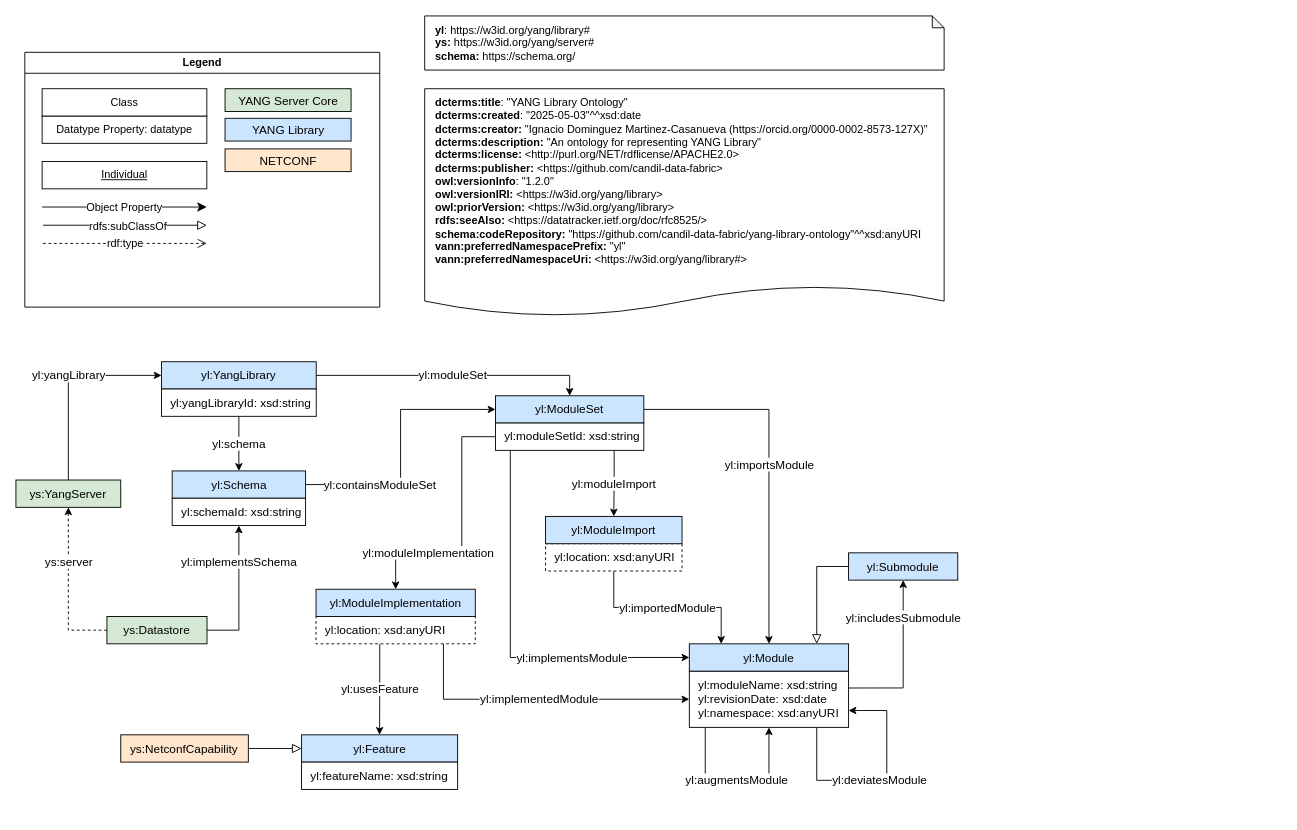
candil-data-fabric/yang-library-ontology keeps this draw.io diagram as page "1.2.0" (1 of 3) of diagrams/yang-library-figures.drawio. Above is the earlier version. Source tidied: cells renumbered, new cells numbered last; positions are measured from the earlier drawing's top-left corner, leaving out a move shared by most shapes. Both pictures are drawn from the tidied source at 91%, with x=0, y=0 at pixel (15, 15).
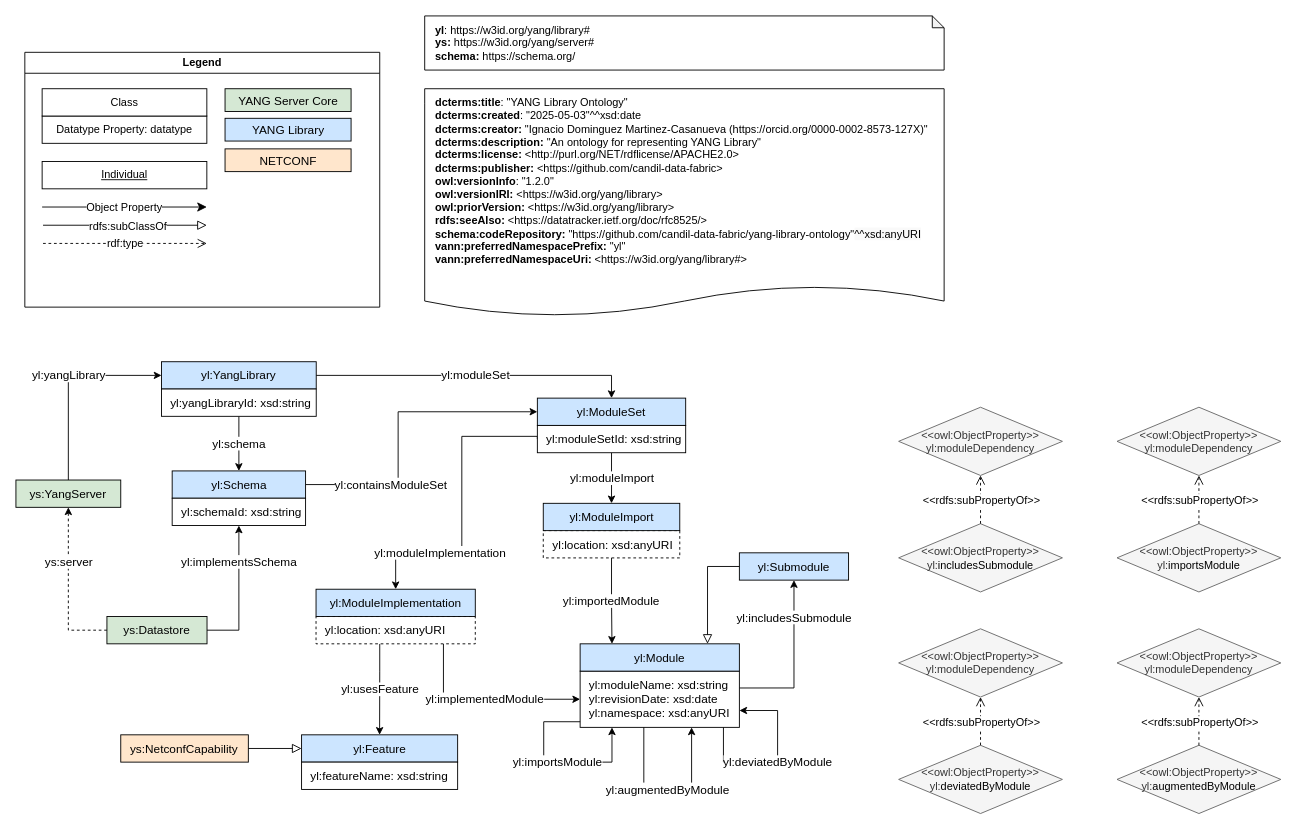
After the change.

Unchanged cells that the change refers to:
```xml
<mxCell id="13" value="yl:Schema" style="rounded=0;whiteSpace=wrap;html=1;snapToPoint=1;points=[[0.1,0],[0.2,0],[0.3,0],[0.4,0],[0.5,0],[0.6,0],[0.7,0],[0.8,0],[0.9,0],[0,0.1],[0,0.3],[0,0.5],[0,0.7],[0,0.9],[0.1,1],[0.2,1],[0.3,1],[0.4,1],[0.5,1],[0.6,1],[0.7,1],[0.8,1],[0.9,1],[1,0.1],[1,0.3],[1,0.5],[1,0.7],[1,0.9]];fillColor=#CCE5FF;strokeColor=#000000;fontSize=13;align=center;verticalAlign=middle;fontFamily=Helvetica;fontColor=default;" parent="1" vertex="1">
  <mxGeometry x="171.7" y="500" width="146.6" height="30" as="geometry" />
</mxCell>
<mxCell id="25" value="yl:Feature" style="rounded=0;whiteSpace=wrap;html=1;snapToPoint=1;points=[[0.1,0],[0.2,0],[0.3,0],[0.4,0],[0.5,0],[0.6,0],[0.7,0],[0.8,0],[0.9,0],[0,0.1],[0,0.3],[0,0.5],[0,0.7],[0,0.9],[0.1,1],[0.2,1],[0.3,1],[0.4,1],[0.5,1],[0.6,1],[0.7,1],[0.8,1],[0.9,1],[1,0.1],[1,0.3],[1,0.5],[1,0.7],[1,0.9]];fillColor=#CCE5FF;strokeColor=#000000;fontSize=13;align=center;verticalAlign=middle;fontFamily=Helvetica;fontColor=default;" parent="1" vertex="1">
  <mxGeometry x="313.9" y="790" width="171.5" height="30" as="geometry" />
</mxCell>
<mxCell id="48" value="&lt;div style=&quot;font-size: 13px;&quot;&gt;&lt;span style=&quot;background-color: transparent; color: light-dark(rgb(0, 0, 0), rgb(255, 255, 255));&quot;&gt;yl:location: xsd:anyURI&lt;/span&gt;&lt;/div&gt;" style="rounded=0;whiteSpace=wrap;html=1;snapToPoint=1;points=[[0.1,0],[0.2,0],[0.3,0],[0.4,0],[0.5,0],[0.6,0],[0.7,0],[0.8,0],[0.9,0],[0,0.1],[0,0.3],[0,0.5],[0,0.7],[0,0.9],[0.1,1],[0.2,1],[0.3,1],[0.4,1],[0.5,1],[0.6,1],[0.7,1],[0.8,1],[0.9,1],[1,0.1],[1,0.3],[1,0.5],[1,0.7],[1,0.9]];align=left;spacingLeft=10;fontSize=13;strokeColor=#000000;verticalAlign=middle;spacing=0;fontFamily=Helvetica;fontColor=default;fillColor=default;dashed=1;" parent="1" vertex="1">
  <mxGeometry x="329.8" y="660" width="175" height="30" as="geometry" />
</mxCell>
```

Diff of the diagram source:
```diff
@@
-    <mxCell id="5" value="yl:implementsModule" style="edgeStyle=orthogonalEdgeStyle;rounded=0;jettySize=auto;html=1;exitX=0.1;exitY=1;exitDx=0;exitDy=0;entryX=0;entryY=0.5;entryDx=0;entryDy=0;strokeColor=default;align=center;verticalAlign=middle;fontFamily=Helvetica;fontSize=13;fontColor=default;labelBackgroundColor=default;startArrow=none;startFill=0;endArrow=classic;" parent="1" edge="1" source="20" target="17">
-      <mxGeometry x="0.39" relative="1" as="geometry" />
-    </mxCell>
@@
-    <mxCell id="7" value="yl:importsModule" style="edgeStyle=orthogonalEdgeStyle;rounded=0;jettySize=auto;html=1;exitX=1;exitY=0.5;exitDx=0;exitDy=0;entryX=0.5;entryY=0;entryDx=0;entryDy=0;strokeColor=default;align=center;verticalAlign=middle;fontFamily=Helvetica;fontSize=13;fontColor=default;labelBackgroundColor=default;startArrow=none;startFill=0;endArrow=classic;" parent="1" edge="1" source="11" target="17">
-      <mxGeometry relative="1" as="geometry" />
-    </mxCell>
@@
-    <mxCell id="9" value="yl:moduleImport" style="edgeStyle=orthogonalEdgeStyle;rounded=0;jettySize=auto;html=1;exitX=0.8;exitY=1;exitDx=0;exitDy=0;entryX=0.5;entryY=0;entryDx=0;entryDy=0;strokeColor=default;align=center;verticalAlign=middle;fontFamily=Helvetica;fontSize=13;fontColor=default;labelBackgroundColor=default;startArrow=none;startFill=0;endArrow=classic;" parent="1" edge="1" source="20" target="52">
+    <mxCell id="9" value="yl:moduleImport" style="edgeStyle=orthogonalEdgeStyle;rounded=0;jettySize=auto;html=1;exitX=0.5;exitY=1;exitDx=0;exitDy=0;entryX=0.5;entryY=0;entryDx=0;entryDy=0;strokeColor=default;align=center;verticalAlign=middle;fontFamily=Helvetica;fontSize=13;fontColor=default;labelBackgroundColor=default;startArrow=none;startFill=0;endArrow=classic;" parent="1" edge="1" source="20" target="52">
       <mxGeometry x="0.01" relative="1" as="geometry" />
     </mxCell>
@@
     <mxCell id="11" value="yl:ModuleSet" style="rounded=0;whiteSpace=wrap;html=1;snapToPoint=1;points=[[0.1,0],[0.2,0],[0.3,0],[0.4,0],[0.5,0],[0.6,0],[0.7,0],[0.8,0],[0.9,0],[0,0.1],[0,0.3],[0,0.5],[0,0.7],[0,0.9],[0.1,1],[0.2,1],[0.3,1],[0.4,1],[0.5,1],[0.6,1],[0.7,1],[0.8,1],[0.9,1],[1,0.1],[1,0.3],[1,0.5],[1,0.7],[1,0.9]];fillColor=#CCE5FF;strokeColor=#000000;fontSize=13;align=center;verticalAlign=middle;fontFamily=Helvetica;fontColor=default;" parent="1" vertex="1">
-      <mxGeometry x="527" y="417.4" width="163" height="30" as="geometry" />
+      <mxGeometry x="573" y="420" width="163" height="30" as="geometry" />
     </mxCell>
     <mxCell id="12" value="yl:containsModuleSet" style="edgeStyle=orthogonalEdgeStyle;rounded=0;jettySize=auto;html=1;exitX=1;exitY=0.5;exitDx=0;exitDy=0;entryX=0;entryY=0.5;entryDx=0;entryDy=0;strokeColor=default;align=center;verticalAlign=middle;fontFamily=Helvetica;fontSize=13;fontColor=default;labelBackgroundColor=default;startArrow=none;startFill=0;endArrow=classic;" parent="1" edge="1" source="13" target="11">
-      <mxGeometry x="-0.44" relative="1" as="geometry" />
+      <mxGeometry x="-0.44" relative="1" as="geometry">
+        <Array as="points">
+          <mxPoint x="420" y="515" />
+          <mxPoint x="420" y="435" />
+        </Array>
+      </mxGeometry>
     </mxCell>
@@
     <mxCell id="15" value="&lt;div style=&quot;font-size: 13px;&quot;&gt;yl:moduleName: xsd:string&lt;/div&gt;&lt;div style=&quot;font-size: 13px;&quot;&gt;&lt;div style=&quot;font-size: 13px;&quot;&gt;&lt;div style=&quot;font-size: 13px;&quot;&gt;yl:revisionDate: xsd:date&lt;/div&gt;&lt;div style=&quot;font-size: 13px;&quot;&gt;yl:namespace: xsd:anyURI&lt;/div&gt;&lt;/div&gt;&lt;/div&gt;" style="rounded=0;whiteSpace=wrap;html=1;snapToPoint=1;points=[[0.1,0],[0.2,0],[0.3,0],[0.4,0],[0.5,0],[0.6,0],[0.7,0],[0.8,0],[0.9,0],[0,0.1],[0,0.3],[0,0.5],[0,0.7],[0,0.9],[0.1,1],[0.2,1],[0.3,1],[0.4,1],[0.5,1],[0.6,1],[0.7,1],[0.8,1],[0.9,1],[1,0.1],[1,0.3],[1,0.5],[1,0.7],[1,0.9]];align=left;spacingLeft=10;fontSize=13;strokeColor=#000000;verticalAlign=middle;spacing=0;fontFamily=Helvetica;fontColor=default;fillColor=default;" parent="1" vertex="1">
-      <mxGeometry x="740" y="720" width="175" height="61.8" as="geometry" />
+      <mxGeometry x="620" y="720" width="175" height="61.8" as="geometry" />
     </mxCell>
     <mxCell id="16" value="yl:Submodule" style="rounded=0;whiteSpace=wrap;html=1;snapToPoint=1;points=[[0.1,0],[0.2,0],[0.3,0],[0.4,0],[0.5,0],[0.6,0],[0.7,0],[0.8,0],[0.9,0],[0,0.1],[0,0.3],[0,0.5],[0,0.7],[0,0.9],[0.1,1],[0.2,1],[0.3,1],[0.4,1],[0.5,1],[0.6,1],[0.7,1],[0.8,1],[0.9,1],[1,0.1],[1,0.3],[1,0.5],[1,0.7],[1,0.9]];fillColor=#CCE5FF;strokeColor=#000000;fontSize=13;align=center;verticalAlign=middle;fontFamily=Helvetica;fontColor=default;" parent="1" vertex="1">
-      <mxGeometry x="915" y="590" width="120" height="30" as="geometry" />
+      <mxGeometry x="795" y="590" width="120" height="30" as="geometry" />
     </mxCell>
     <mxCell id="17" value="yl:Module" style="rounded=0;whiteSpace=wrap;html=1;snapToPoint=1;points=[[0.1,0],[0.2,0],[0.3,0],[0.4,0],[0.5,0],[0.6,0],[0.7,0],[0.8,0],[0.9,0],[0,0.1],[0,0.3],[0,0.5],[0,0.7],[0,0.9],[0.1,1],[0.2,1],[0.3,1],[0.4,1],[0.5,1],[0.6,1],[0.7,1],[0.8,1],[0.9,1],[1,0.1],[1,0.3],[1,0.5],[1,0.7],[1,0.9]];fillColor=#CCE5FF;strokeColor=#000000;fontSize=13;align=center;verticalAlign=middle;fontFamily=Helvetica;fontColor=default;" parent="1" vertex="1">
-      <mxGeometry x="740" y="690" width="175" height="30" as="geometry" />
+      <mxGeometry x="620" y="690" width="175" height="30" as="geometry" />
     </mxCell>
@@
     <mxCell id="20" value="yl:moduleSetId: xsd:string" style="rounded=0;whiteSpace=wrap;html=1;snapToPoint=1;points=[[0.1,0],[0.2,0],[0.3,0],[0.4,0],[0.5,0],[0.6,0],[0.7,0],[0.8,0],[0.9,0],[0,0.1],[0,0.3],[0,0.5],[0,0.7],[0,0.9],[0.1,1],[0.2,1],[0.3,1],[0.4,1],[0.5,1],[0.6,1],[0.7,1],[0.8,1],[0.9,1],[1,0.1],[1,0.3],[1,0.5],[1,0.7],[1,0.9]];align=left;spacingLeft=10;spacing=0;fontSize=13;strokeColor=#000000;verticalAlign=middle;fontFamily=Helvetica;fontColor=default;fillColor=default;" parent="1" vertex="1">
-      <mxGeometry x="527" y="447.4" width="163" height="30" as="geometry" />
+      <mxGeometry x="573" y="450" width="163" height="30" as="geometry" />
     </mxCell>
@@
     <mxCell id="23" value="yl:usesFeature" style="edgeStyle=orthogonalEdgeStyle;rounded=0;jettySize=auto;html=1;exitX=0.4;exitY=1;exitDx=0;exitDy=0;entryX=0.5;entryY=0;entryDx=0;entryDy=0;strokeColor=default;align=center;verticalAlign=middle;fontFamily=Helvetica;fontSize=13;fontColor=default;labelBackgroundColor=default;startArrow=none;startFill=0;endArrow=classic;" parent="1" edge="1" source="48" target="25">
-      <mxGeometry relative="1" as="geometry" />
+      <mxGeometry relative="1" as="geometry">
+        <Array as="points">
+          <mxPoint x="400" y="720" />
+          <mxPoint x="400" y="720" />
+        </Array>
+      </mxGeometry>
     </mxCell>
@@
-    <mxCell id="29" value="yl:deviatesModule" style="edgeStyle=orthogonalEdgeStyle;rounded=0;orthogonalLoop=1;jettySize=auto;html=1;exitX=0.8;exitY=1;exitDx=0;exitDy=0;strokeColor=default;align=center;verticalAlign=middle;fontFamily=Helvetica;fontSize=13;fontColor=default;labelBackgroundColor=default;startArrow=none;startFill=0;endArrow=classic;entryX=1;entryY=0.7;entryDx=0;entryDy=0;" parent="1" edge="1" source="15" target="15">
+    <mxCell id="29" value="yl:deviatedByModule" style="edgeStyle=orthogonalEdgeStyle;rounded=0;orthogonalLoop=1;jettySize=auto;html=1;exitX=0.9;exitY=1;exitDx=0;exitDy=0;strokeColor=default;align=center;verticalAlign=middle;fontFamily=Helvetica;fontSize=13;fontColor=default;labelBackgroundColor=default;startArrow=none;startFill=0;endArrow=classic;entryX=1;entryY=0.7;entryDx=0;entryDy=0;" parent="1" edge="1" source="15" target="15">
       <mxGeometry relative="1" as="geometry">
         <Array as="points">
-          <mxPoint x="880" y="840" />
-          <mxPoint x="957" y="840" />
-          <mxPoint x="957" y="763" />
+          <mxPoint x="778" y="820" />
+          <mxPoint x="837" y="820" />
+          <mxPoint x="837" y="763" />
         </Array>
       </mxGeometry>
     </mxCell>
@@
-    <mxCell id="34" value="&lt;span style=&quot;font-size: 13px;&quot;&gt;yl:augmentsModule&lt;/span&gt;" style="edgeStyle=orthogonalEdgeStyle;rounded=0;orthogonalLoop=1;jettySize=auto;html=1;exitX=0.1;exitY=1;exitDx=0;exitDy=0;entryX=0.5;entryY=1;entryDx=0;entryDy=0;fontFamily=Helvetica;" parent="1" edge="1" source="15" target="15">
+    <mxCell id="34" value="&lt;span style=&quot;font-size: 13px;&quot;&gt;yl:augmentedByModule&lt;/span&gt;" style="edgeStyle=orthogonalEdgeStyle;rounded=0;orthogonalLoop=1;jettySize=auto;html=1;exitX=0.4;exitY=1;exitDx=0;exitDy=0;entryX=0.7;entryY=1;entryDx=0;entryDy=0;fontFamily=Helvetica;" parent="1" edge="1" source="15" target="15">
       <mxGeometry relative="1" as="geometry">
         <Array as="points">
-          <mxPoint x="758" y="840" />
-          <mxPoint x="828" y="840" />
+          <mxPoint x="690" y="850" />
+          <mxPoint x="743" y="850" />
         </Array>
       </mxGeometry>
     </mxCell>
@@
     <mxCell id="49" value="&lt;div style=&quot;font-size: 13px;&quot;&gt;&lt;span style=&quot;background-color: transparent; color: light-dark(rgb(0, 0, 0), rgb(255, 255, 255));&quot;&gt;yl:location: xsd:anyURI&lt;/span&gt;&lt;/div&gt;" style="rounded=0;whiteSpace=wrap;html=1;snapToPoint=1;points=[[0.1,0],[0.2,0],[0.3,0],[0.4,0],[0.5,0],[0.6,0],[0.7,0],[0.8,0],[0.9,0],[0,0.1],[0,0.3],[0,0.5],[0,0.7],[0,0.9],[0.1,1],[0.2,1],[0.3,1],[0.4,1],[0.5,1],[0.6,1],[0.7,1],[0.8,1],[0.9,1],[1,0.1],[1,0.3],[1,0.5],[1,0.7],[1,0.9]];align=left;spacingLeft=10;fontSize=13;strokeColor=#000000;verticalAlign=middle;spacing=0;fontFamily=Helvetica;fontColor=default;fillColor=default;dashed=1;" parent="1" vertex="1">
-      <mxGeometry x="582" y="580" width="150" height="30" as="geometry" />
+      <mxGeometry x="579.5" y="565.6" width="150" height="30" as="geometry" />
     </mxCell>
@@
     <mxCell id="52" value="yl:ModuleImport" style="rounded=0;whiteSpace=wrap;html=1;snapToPoint=1;points=[[0.1,0],[0.2,0],[0.3,0],[0.4,0],[0.5,0],[0.6,0],[0.7,0],[0.8,0],[0.9,0],[0,0.1],[0,0.3],[0,0.5],[0,0.7],[0,0.9],[0.1,1],[0.2,1],[0.3,1],[0.4,1],[0.5,1],[0.6,1],[0.7,1],[0.8,1],[0.9,1],[1,0.1],[1,0.3],[1,0.5],[1,0.7],[1,0.9]];fillColor=#CCE5FF;strokeColor=#000000;fontSize=13;align=center;verticalAlign=middle;fontFamily=Helvetica;fontColor=default;" parent="1" vertex="1">
-      <mxGeometry x="582" y="550" width="150" height="30" as="geometry" />
+      <mxGeometry x="579.5" y="535.6" width="150" height="30" as="geometry" />
     </mxCell>
+    <mxCell id="7" value="yl:importsModule" style="edgeStyle=orthogonalEdgeStyle;rounded=0;orthogonalLoop=1;jettySize=auto;html=1;exitX=0;exitY=0.9;exitDx=0;exitDy=0;entryX=0.2;entryY=1;entryDx=0;entryDy=0;strokeColor=default;align=center;verticalAlign=middle;fontFamily=Helvetica;fontSize=13;fontColor=default;labelBackgroundColor=default;startArrow=none;startFill=0;endArrow=classic;" parent="1" edge="1" source="15" target="15">
+      <mxGeometry relative="1" as="geometry">
+        <Array as="points">
+          <mxPoint x="580" y="776" />
+          <mxPoint x="580" y="820" />
+          <mxPoint x="655" y="820" />
+        </Array>
+      </mxGeometry>
+    </mxCell>
+    <mxCell id="53" value="&lt;div&gt;&amp;lt;&amp;lt;owl:ObjectProperty&amp;gt;&amp;gt; yl:moduleDependency&lt;br&gt;&lt;/div&gt;" style="rhombus;whiteSpace=wrap;html=1;strokeColor=#666666;align=center;verticalAlign=middle;fontFamily=Helvetica;fontSize=12;fontColor=#333333;fillColor=#f5f5f5;" parent="1" vertex="1">
+      <mxGeometry x="970" y="430" width="180" height="75" as="geometry" />
+    </mxCell>
+    <mxCell id="54" value="&lt;div&gt;&amp;lt;&amp;lt;owl:ObjectProperty&amp;gt;&amp;gt; yl:&lt;span style=&quot;background-color: transparent; color: light-dark(rgb(0, 0, 0), rgb(255, 255, 255));&quot;&gt;includesSubmodule&lt;/span&gt;&lt;br&gt;&lt;/div&gt;" style="rhombus;whiteSpace=wrap;html=1;strokeColor=#666666;align=center;verticalAlign=middle;fontFamily=Helvetica;fontSize=12;fontColor=#333333;fillColor=#f5f5f5;" parent="1" vertex="1">
+      <mxGeometry x="970" y="558" width="180" height="75" as="geometry" />
+    </mxCell>
+    <mxCell id="55" style="endArrow=open;html=1;fontColor=#000099;endFill=0;dashed=1;entryX=0.5;entryY=1;entryDx=0;entryDy=0;endSize=8;rounded=0;" parent="1" edge="1" source="54" target="53">
+      <mxGeometry relative="1" as="geometry" />
+    </mxCell>
+    <mxCell id="56" value="&amp;lt;&amp;lt;rdfs:subPropertyOf&amp;gt;&amp;gt;" style="text;html=1;align=center;verticalAlign=middle;fontColor=#000000;labelBackgroundColor=#ffffff;" parent="55" vertex="1">
+      <mxGeometry x="-0.33" relative="1" as="geometry">
+        <mxPoint y="-7.1" as="offset" />
+      </mxGeometry>
+    </mxCell>
+    <mxCell id="57" value="&lt;div&gt;&amp;lt;&amp;lt;owl:ObjectProperty&amp;gt;&amp;gt; yl:moduleDependency&lt;br&gt;&lt;/div&gt;" style="rhombus;whiteSpace=wrap;html=1;strokeColor=#666666;align=center;verticalAlign=middle;fontFamily=Helvetica;fontSize=12;fontColor=#333333;fillColor=#f5f5f5;" parent="1" vertex="1">
+      <mxGeometry x="970" y="673.5" width="180" height="75" as="geometry" />
+    </mxCell>
+    <mxCell id="58" value="&lt;div&gt;&amp;lt;&amp;lt;owl:ObjectProperty&amp;gt;&amp;gt; yl:&lt;span style=&quot;background-color: transparent; color: light-dark(rgb(0, 0, 0), rgb(255, 255, 255));&quot;&gt;deviatedByModule&lt;/span&gt;&lt;br&gt;&lt;/div&gt;" style="rhombus;whiteSpace=wrap;html=1;strokeColor=#666666;align=center;verticalAlign=middle;fontFamily=Helvetica;fontSize=12;fontColor=#333333;fillColor=#f5f5f5;" parent="1" vertex="1">
+      <mxGeometry x="970" y="801.5" width="180" height="75" as="geometry" />
+    </mxCell>
+    <mxCell id="59" style="endArrow=open;html=1;fontColor=#000099;endFill=0;dashed=1;entryX=0.5;entryY=1;entryDx=0;entryDy=0;endSize=8;rounded=0;" parent="1" edge="1" source="58" target="57">
+      <mxGeometry relative="1" as="geometry" />
+    </mxCell>
+    <mxCell id="60" value="&amp;lt;&amp;lt;rdfs:subPropertyOf&amp;gt;&amp;gt;" style="text;html=1;align=center;verticalAlign=middle;fontColor=#000000;labelBackgroundColor=#ffffff;" parent="59" vertex="1">
+      <mxGeometry x="-0.33" relative="1" as="geometry">
+        <mxPoint y="-7.1" as="offset" />
+      </mxGeometry>
+    </mxCell>
+    <mxCell id="61" value="&lt;div&gt;&amp;lt;&amp;lt;owl:ObjectProperty&amp;gt;&amp;gt; yl:moduleDependency&lt;br&gt;&lt;/div&gt;" style="rhombus;whiteSpace=wrap;html=1;fillColor=#f5f5f5;fontColor=#333333;strokeColor=#666666;" parent="1" vertex="1">
+      <mxGeometry x="1210" y="430" width="180" height="75" as="geometry" />
+    </mxCell>
+    <mxCell id="62" value="&lt;div&gt;&amp;lt;&amp;lt;owl:ObjectProperty&amp;gt;&amp;gt; yl:&lt;span style=&quot;background-color: transparent; color: light-dark(rgb(0, 0, 0), rgb(255, 255, 255));&quot;&gt;importsModule&lt;/span&gt;&lt;br&gt;&lt;/div&gt;" style="rhombus;whiteSpace=wrap;html=1;strokeColor=#666666;align=center;verticalAlign=middle;fontFamily=Helvetica;fontSize=12;fontColor=#333333;fillColor=#f5f5f5;" parent="1" vertex="1">
+      <mxGeometry x="1210" y="558" width="180" height="75" as="geometry" />
+    </mxCell>
+    <mxCell id="63" style="endArrow=open;html=1;fontColor=#000099;endFill=0;dashed=1;entryX=0.5;entryY=1;entryDx=0;entryDy=0;endSize=8;rounded=0;" parent="1" edge="1" source="62" target="61">
+      <mxGeometry relative="1" as="geometry" />
+    </mxCell>
+    <mxCell id="64" value="&amp;lt;&amp;lt;rdfs:subPropertyOf&amp;gt;&amp;gt;" style="text;html=1;align=center;verticalAlign=middle;fontColor=#000000;labelBackgroundColor=#ffffff;" parent="63" vertex="1">
+      <mxGeometry x="-0.33" relative="1" as="geometry">
+        <mxPoint y="-7.1" as="offset" />
+      </mxGeometry>
+    </mxCell>
+    <mxCell id="65" value="&lt;div&gt;&amp;lt;&amp;lt;owl:ObjectProperty&amp;gt;&amp;gt; yl:moduleDependency&lt;br&gt;&lt;/div&gt;" style="rhombus;whiteSpace=wrap;html=1;strokeColor=#666666;align=center;verticalAlign=middle;fontFamily=Helvetica;fontSize=12;fontColor=#333333;fillColor=#f5f5f5;" parent="1" vertex="1">
+      <mxGeometry x="1210" y="673.5" width="180" height="75" as="geometry" />
+    </mxCell>
+    <mxCell id="66" value="&lt;div&gt;&amp;lt;&amp;lt;owl:ObjectProperty&amp;gt;&amp;gt; yl:&lt;span style=&quot;background-color: transparent; color: light-dark(rgb(0, 0, 0), rgb(255, 255, 255));&quot;&gt;augmentedByModule&lt;/span&gt;&lt;br&gt;&lt;/div&gt;" style="rhombus;whiteSpace=wrap;html=1;strokeColor=#666666;align=center;verticalAlign=middle;fontFamily=Helvetica;fontSize=12;fontColor=#333333;fillColor=#f5f5f5;" parent="1" vertex="1">
+      <mxGeometry x="1210" y="801.5" width="180" height="75" as="geometry" />
+    </mxCell>
+    <mxCell id="67" style="endArrow=open;html=1;fontColor=#000099;endFill=0;dashed=1;entryX=0.5;entryY=1;entryDx=0;entryDy=0;endSize=8;rounded=0;" parent="1" edge="1" source="66" target="65">
+      <mxGeometry relative="1" as="geometry" />
+    </mxCell>
+    <mxCell id="68" value="&amp;lt;&amp;lt;rdfs:subPropertyOf&amp;gt;&amp;gt;" style="text;html=1;align=center;verticalAlign=middle;fontColor=#000000;labelBackgroundColor=#ffffff;" parent="67" vertex="1">
+      <mxGeometry x="-0.33" relative="1" as="geometry">
+        <mxPoint y="-7.1" as="offset" />
+      </mxGeometry>
+    </mxCell>
```
